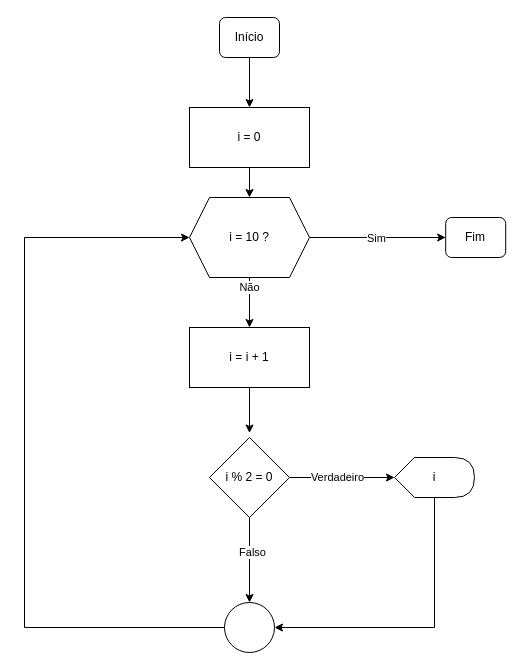
Earlier version of the draw.io diagram atv_1_pt_3_ex_2.drawio (GustavoShudi/draw_io_algoritmo). Source tidied: cells renumbered, new cells numbered last; positions are measured from the earlier drawing's top-left corner, leaving out a move shared by most shapes. Both pictures are drawn from the tidied source at 100%, with x=0, y=0 at pixel (24, 17).
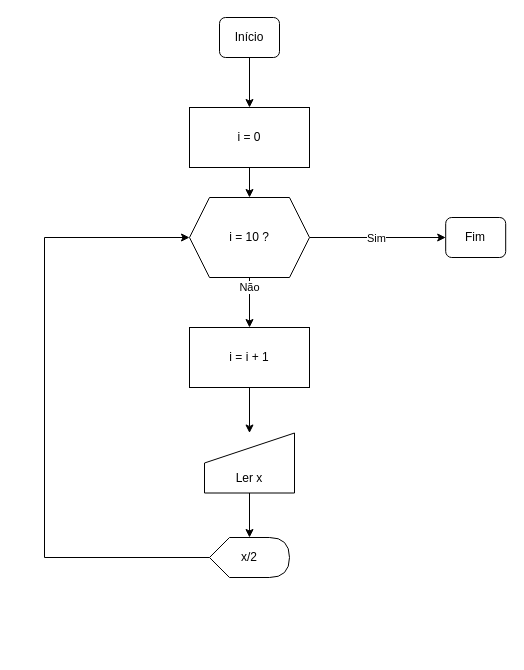
The same diagram, later.

The change refers to these unchanged cells:
```xml
<mxCell id="10" value="i = 10 ?" style="shape=hexagon;perimeter=hexagonPerimeter2;whiteSpace=wrap;html=1;fixedSize=1;" parent="1" vertex="1">
  <mxGeometry x="165" y="180" width="120" height="80" as="geometry" />
</mxCell>
<mxCell id="12" value="i = i + 1" style="whiteSpace=wrap;html=1;" parent="1" vertex="1">
  <mxGeometry x="165" y="310" width="120" height="60" as="geometry" />
</mxCell>
```

Diff of the diagram source:
```diff
@@
+    <mxCell id="23" style="edgeStyle=orthogonalEdgeStyle;rounded=0;jettySize=auto;html=1;" parent="1" edge="1" source="24" target="14">
+      <mxGeometry relative="1" as="geometry" />
+    </mxCell>
+    <mxCell id="24" value="&lt;div&gt;&lt;br&gt;&lt;/div&gt;&lt;div&gt;&lt;br&gt;&lt;/div&gt;Ler x" style="shape=manualInput;whiteSpace=wrap;html=1;" parent="1" vertex="1">
+      <mxGeometry x="180" y="415.5" width="90" height="60" as="geometry" />
+    </mxCell>
@@
-    <mxCell id="11" style="edgeStyle=orthogonalEdgeStyle;rounded=0;jettySize=auto;html=1;" parent="1" edge="1" source="12">
-      <mxGeometry relative="1" as="geometry">
-        <mxPoint x="225" y="415.5" as="targetPoint" />
-      </mxGeometry>
+    <mxCell id="11" style="edgeStyle=orthogonalEdgeStyle;rounded=0;jettySize=auto;html=1;" parent="1" edge="1" source="12" target="24">
+      <mxGeometry relative="1" as="geometry" />
     </mxCell>
@@
-    <mxCell id="13" style="edgeStyle=orthogonalEdgeStyle;rounded=0;jettySize=auto;html=1;entryX=1;entryY=0.5;entryDx=0;entryDy=0;" parent="1" edge="1" source="14" target="22">
-      <mxGeometry relative="1" as="geometry">
-        <Array as="points">
-          <mxPoint x="410" y="610" />
-        </Array>
-      </mxGeometry>
-    </mxCell>
+    <mxCell id="25" style="edgeStyle=orthogonalEdgeStyle;rounded=0;jettySize=auto;html=1;entryX=0;entryY=0.5;entryDx=0;entryDy=0;" parent="1" edge="1" source="14" target="10">
+      <mxGeometry relative="1" as="geometry">
+        <Array as="points">
+          <mxPoint x="20" y="540" />
+          <mxPoint x="20" y="220" />
+        </Array>
+      </mxGeometry>
+    </mxCell>
-    <mxCell id="14" value="i" style="shape=display;whiteSpace=wrap;html=1;" parent="1" vertex="1">
-      <mxGeometry x="370" y="440" width="80" height="40" as="geometry" />
+    <mxCell id="14" value="x/2" style="shape=display;whiteSpace=wrap;html=1;" parent="1" vertex="1">
+      <mxGeometry x="185" y="520" width="80" height="40" as="geometry" />
     </mxCell>
@@
-    <mxCell id="16" style="edgeStyle=orthogonalEdgeStyle;rounded=0;jettySize=auto;html=1;" parent="1" edge="1" source="20" target="14">
-      <mxGeometry relative="1" as="geometry" />
-    </mxCell>
-    <mxCell id="17" value="Verdadeiro" style="edgeLabel;html=1;align=center;verticalAlign=middle;" parent="16" vertex="1">
-      <mxGeometry x="-0.1" y="1" relative="1" as="geometry" />
-    </mxCell>
-    <mxCell id="18" style="edgeStyle=orthogonalEdgeStyle;rounded=0;jettySize=auto;html=1;entryX=0.5;entryY=0;entryDx=0;entryDy=0;" parent="1" edge="1" source="20" target="22">
-      <mxGeometry relative="1" as="geometry" />
-    </mxCell>
-    <mxCell id="19" value="Falso" style="edgeLabel;html=1;align=center;verticalAlign=middle;" parent="18" vertex="1">
-      <mxGeometry x="-0.2" y="2" relative="1" as="geometry" />
-    </mxCell>
-    <mxCell id="20" value="i % 2 = 0" style="rhombus;whiteSpace=wrap;html=1;" parent="1" vertex="1">
-      <mxGeometry x="185" y="420" width="80" height="80" as="geometry" />
-    </mxCell>
-    <mxCell id="21" style="edgeStyle=orthogonalEdgeStyle;rounded=0;jettySize=auto;html=1;entryX=0;entryY=0.5;entryDx=0;entryDy=0;" parent="1" edge="1" source="22" target="10">
-      <mxGeometry relative="1" as="geometry">
-        <Array as="points">
-          <mxPoint y="610" />
-          <mxPoint y="220" />
-        </Array>
-      </mxGeometry>
-    </mxCell>
-    <mxCell id="22" style="ellipse;whiteSpace=wrap;html=1;" parent="1" vertex="1">
-      <mxGeometry x="200" y="585" width="50" height="50" as="geometry" />
-    </mxCell>
```
